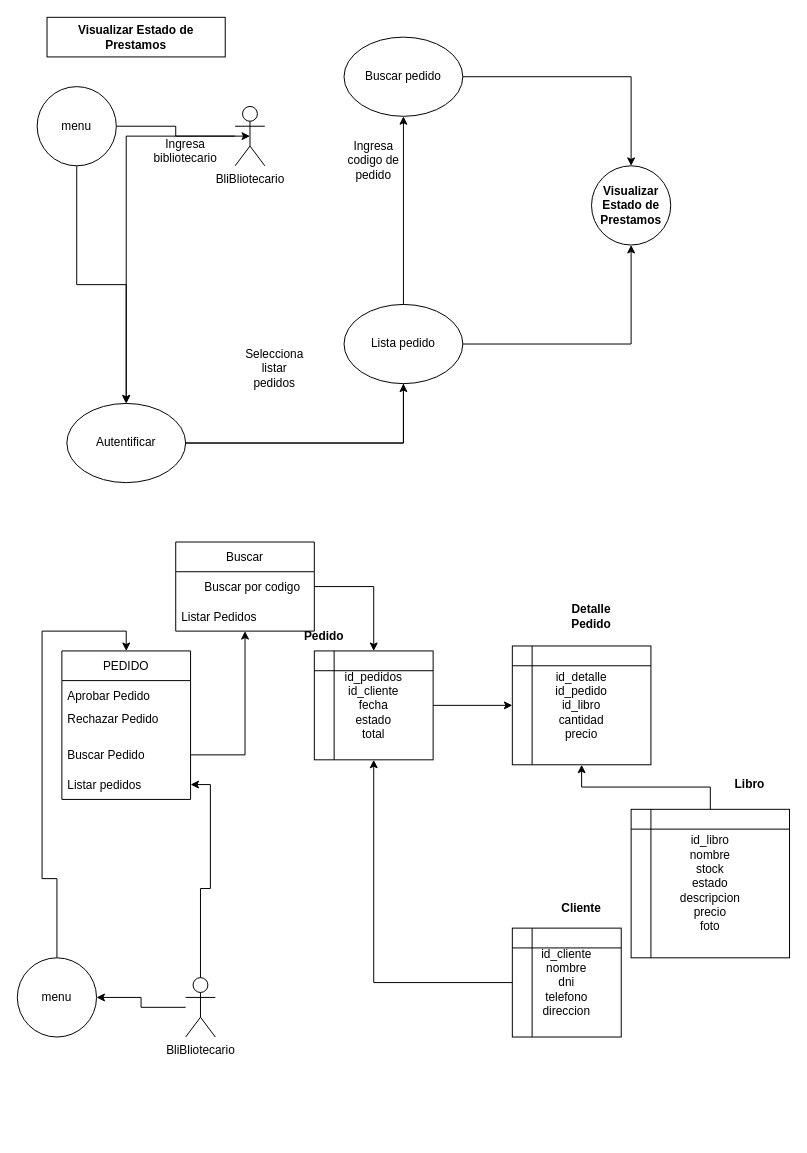
Earlier version of the draw.io diagram Untitled Diagram.drawio (anthonidev/BibliotecaNacional). Source tidied: cells renumbered, new cells numbered last; positions are measured from the earlier drawing's top-left corner, leaving out a move shared by most shapes. Both pictures are drawn from the tidied source at 99%, with x=0, y=0 at pixel (17, 17).
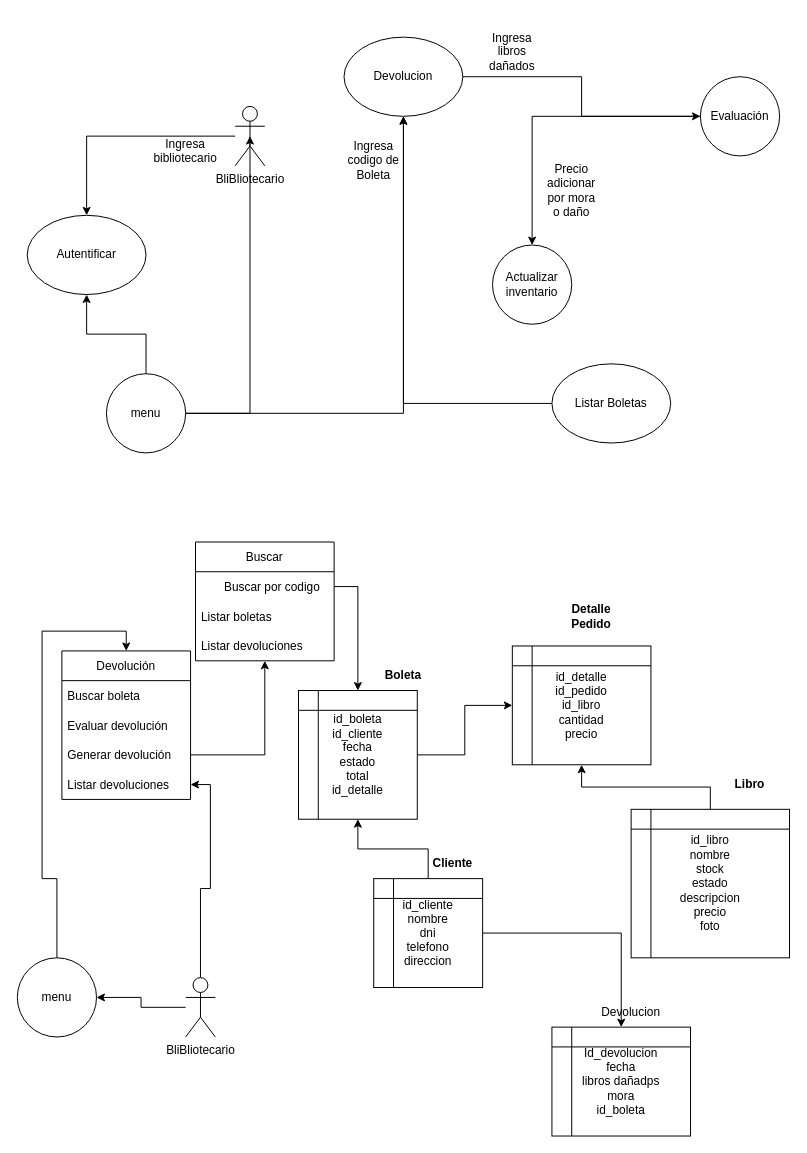
Above is the later version.

The edit, as a diff of the source:
```diff
@@
-    <mxCell id="4" value="&lt;b&gt;&lt;span lang=&quot;es-419&quot;&gt;Visualizar Estado de Prestamos&lt;/span&gt;&lt;/b&gt;" style="ellipse;whiteSpace=wrap;html=1;" parent="1" vertex="1">
-      <mxGeometry x="580" y="150" width="80" height="80" as="geometry" />
-    </mxCell>
-    <mxCell id="5" style="edgeStyle=orthogonalEdgeStyle;rounded=0;jettySize=auto;html=1;" parent="1" edge="1" source="7" target="9">
-      <mxGeometry relative="1" as="geometry" />
-    </mxCell>
-    <mxCell id="6" style="edgeStyle=orthogonalEdgeStyle;rounded=0;jettySize=auto;html=1;" parent="1" edge="1" source="7" target="11">
-      <mxGeometry relative="1" as="geometry" />
-    </mxCell>
     <mxCell id="7" value="Autentificar" style="ellipse;whiteSpace=wrap;html=1;" parent="1" vertex="1">
-      <mxGeometry x="50" y="390" width="120" height="80" as="geometry" />
+      <mxGeometry x="10" y="200" width="120" height="80" as="geometry" />
     </mxCell>
-    <mxCell id="8" style="edgeStyle=orthogonalEdgeStyle;rounded=0;jettySize=auto;html=1;" parent="1" edge="1" source="9" target="4">
-      <mxGeometry relative="1" as="geometry" />
-    </mxCell>
+    <mxCell id="45" style="edgeStyle=orthogonalEdgeStyle;rounded=0;jettySize=auto;html=1;" parent="1" edge="1" source="9" target="51">
+      <mxGeometry relative="1" as="geometry" />
+    </mxCell>
-    <mxCell id="9" value="Buscar pedido" style="ellipse;whiteSpace=wrap;html=1;" parent="1" vertex="1">
+    <mxCell id="9" value="Devolucion" style="ellipse;whiteSpace=wrap;html=1;" parent="1" vertex="1">
       <mxGeometry x="330" y="20" width="120" height="80" as="geometry" />
     </mxCell>
-    <mxCell id="10" style="edgeStyle=orthogonalEdgeStyle;rounded=0;jettySize=auto;html=1;" parent="1" edge="1" source="11" target="4">
-      <mxGeometry relative="1" as="geometry" />
-    </mxCell>
+    <mxCell id="46" style="edgeStyle=orthogonalEdgeStyle;rounded=0;jettySize=auto;html=1;" parent="1" edge="1" source="11" target="9">
+      <mxGeometry relative="1" as="geometry" />
+    </mxCell>
-    <mxCell id="11" value="Lista pedido" style="ellipse;whiteSpace=wrap;html=1;" parent="1" vertex="1">
-      <mxGeometry x="330" y="290" width="120" height="80" as="geometry" />
+    <mxCell id="11" value="Listar Boletas" style="ellipse;whiteSpace=wrap;html=1;" parent="1" vertex="1">
+      <mxGeometry x="540" y="350" width="120" height="80" as="geometry" />
     </mxCell>
-    <mxCell id="12" value="&lt;b&gt;&lt;span lang=&quot;es-419&quot;&gt;Visualizar Estado de Prestamos&lt;/span&gt;&lt;/b&gt;" style="rounded=0;whiteSpace=wrap;html=1;" parent="1" vertex="1">
-      <mxGeometry x="30" width="180" height="40" as="geometry" />
-    </mxCell>
@@
-    <mxCell id="14" value="Ingresa codigo de pedido" style="text;html=1;strokeColor=none;fillColor=none;align=center;verticalAlign=middle;whiteSpace=wrap;rounded=0;" parent="1" vertex="1">
+    <mxCell id="14" value="Ingresa codigo de Boleta" style="text;html=1;strokeColor=none;fillColor=none;align=center;verticalAlign=middle;whiteSpace=wrap;rounded=0;" parent="1" vertex="1">
       <mxGeometry x="330" y="130" width="60" height="30" as="geometry" />
     </mxCell>
-    <mxCell id="15" value="Selecciona listar pedidos" style="text;html=1;strokeColor=none;fillColor=none;align=center;verticalAlign=middle;whiteSpace=wrap;rounded=0;" parent="1" vertex="1">
-      <mxGeometry x="230" y="340" width="60" height="30" as="geometry" />
-    </mxCell>
@@
-    <mxCell id="17" value="&lt;div&gt;id_pedidos&lt;/div&gt;&lt;div&gt;id_cliente&lt;/div&gt;&lt;div&gt;fecha &lt;br&gt;&lt;/div&gt;&lt;div&gt;estado &lt;br&gt;&lt;/div&gt;&lt;div&gt;total&lt;br&gt;&lt;/div&gt;" style="shape=internalStorage;whiteSpace=wrap;html=1;backgroundOutline=1;" parent="1" vertex="1">
-      <mxGeometry x="300" y="640" width="120" height="110" as="geometry" />
+    <mxCell id="17" value="&lt;div&gt;id_boleta&lt;br&gt;&lt;/div&gt;&lt;div&gt;id_cliente&lt;/div&gt;&lt;div&gt;fecha &lt;br&gt;&lt;/div&gt;&lt;div&gt;estado &lt;br&gt;&lt;/div&gt;&lt;div&gt;total&lt;/div&gt;&lt;div&gt;id_detalle&lt;br&gt;&lt;/div&gt;" style="shape=internalStorage;whiteSpace=wrap;html=1;backgroundOutline=1;" parent="1" vertex="1">
+      <mxGeometry x="284" y="680" width="120" height="130" as="geometry" />
     </mxCell>
@@
+    <mxCell id="47" style="edgeStyle=orthogonalEdgeStyle;rounded=0;jettySize=auto;html=1;" parent="1" edge="1" source="22" target="9">
+      <mxGeometry relative="1" as="geometry" />
+    </mxCell>
     <mxCell id="22" value="menu" style="ellipse;whiteSpace=wrap;html=1;" parent="1" vertex="1">
-      <mxGeometry x="20" y="70" width="80" height="80" as="geometry" />
+      <mxGeometry x="90" y="360" width="80" height="80" as="geometry" />
     </mxCell>
@@
-    <mxCell id="31" value="Pedido" style="text;html=1;strokeColor=none;fillColor=none;align=center;verticalAlign=middle;whiteSpace=wrap;rounded=0;fontStyle=1;" parent="1" vertex="1">
-      <mxGeometry x="280" y="610" width="60" height="30" as="geometry" />
+    <mxCell id="31" value="Boleta" style="text;html=1;strokeColor=none;fillColor=none;align=center;verticalAlign=middle;whiteSpace=wrap;rounded=0;fontStyle=1;" parent="1" vertex="1">
+      <mxGeometry x="360" y="650" width="60" height="30" as="geometry" />
     </mxCell>
-    <mxCell id="32" value="PEDIDO" style="swimlane;fontStyle=0;horizontal=1;startSize=30;" parent="1" vertex="1">
+    <mxCell id="32" value="Devolución" style="swimlane;fontStyle=0;horizontal=1;startSize=30;" parent="1" vertex="1">
       <mxGeometry x="45" y="640" width="130" height="150" as="geometry" />
     </mxCell>
-    <mxCell id="33" value="Aprobar Pedido" style="text;strokeColor=none;fillColor=none;align=left;verticalAlign=middle;spacingLeft=4;spacingRight=4;overflow=hidden;" parent="32" vertex="1">
+    <mxCell id="33" value="Buscar boleta    " style="text;strokeColor=none;fillColor=none;align=left;verticalAlign=middle;spacingLeft=4;spacingRight=4;overflow=hidden;" parent="32" vertex="1">
       <mxGeometry y="30" width="130" height="30" as="geometry" />
     </mxCell>
-    <mxCell id="34" value="Rechazar Pedido&#10;&#10;&#10;" style="text;strokeColor=none;fillColor=none;align=left;verticalAlign=middle;spacingLeft=4;spacingRight=4;overflow=hidden;" parent="32" vertex="1">
+    <mxCell id="34" value="Evaluar devolución    " style="text;strokeColor=none;fillColor=none;align=left;verticalAlign=middle;spacingLeft=4;spacingRight=4;overflow=hidden;" parent="32" vertex="1">
       <mxGeometry y="60" width="130" height="30" as="geometry" />
     </mxCell>
-    <mxCell id="35" value="Buscar Pedido" style="text;strokeColor=none;fillColor=none;align=left;verticalAlign=middle;spacingLeft=4;spacingRight=4;overflow=hidden;points=[[0,0.5],[1,0.5]];portConstraint=eastwest;" parent="32" vertex="1">
+    <mxCell id="35" value="Generar devolución" style="text;strokeColor=none;fillColor=none;align=left;verticalAlign=middle;spacingLeft=4;spacingRight=4;overflow=hidden;points=[[0,0.5],[1,0.5]];portConstraint=eastwest;" parent="32" vertex="1">
       <mxGeometry y="90" width="130" height="30" as="geometry" />
     </mxCell>
-    <mxCell id="36" value="Listar pedidos" style="text;strokeColor=none;fillColor=none;align=left;verticalAlign=middle;spacingLeft=4;spacingRight=4;overflow=hidden;points=[[0,0.5],[1,0.5]];portConstraint=eastwest;" parent="32" vertex="1">
+    <mxCell id="36" value="Listar devoluciones" style="text;strokeColor=none;fillColor=none;align=left;verticalAlign=middle;spacingLeft=4;spacingRight=4;overflow=hidden;points=[[0,0.5],[1,0.5]];portConstraint=eastwest;" parent="32" vertex="1">
       <mxGeometry y="120" width="130" height="30" as="geometry" />
     </mxCell>
@@
+    <mxCell id="48" style="edgeStyle=orthogonalEdgeStyle;rounded=0;jettySize=auto;html=1;" parent="1" edge="1" source="38" target="55">
+      <mxGeometry relative="1" as="geometry" />
+    </mxCell>
     <mxCell id="38" value="&lt;div&gt;id_cliente&lt;/div&gt;&lt;div&gt;nombre&lt;/div&gt;&lt;div&gt;dni&lt;/div&gt;&lt;div&gt;telefono&lt;/div&gt;&lt;div&gt;direccion&lt;br&gt;&lt;/div&gt;" style="shape=internalStorage;whiteSpace=wrap;html=1;backgroundOutline=1;" parent="1" vertex="1">
-      <mxGeometry x="500" y="920" width="110" height="110" as="geometry" />
+      <mxGeometry x="360" y="870" width="110" height="110" as="geometry" />
     </mxCell>
     <mxCell id="39" value="Cliente" style="text;html=1;strokeColor=none;fillColor=none;align=center;verticalAlign=middle;whiteSpace=wrap;rounded=0;fontStyle=1;" parent="1" vertex="1">
-      <mxGeometry x="540" y="885" width="60" height="30" as="geometry" />
+      <mxGeometry x="410" y="840" width="60" height="30" as="geometry" />
     </mxCell>
     <mxCell id="40" value="Buscar" style="swimlane;fontStyle=0;horizontal=1;startSize=30;" parent="1" vertex="1">
-      <mxGeometry x="160" y="530" width="140" height="90" as="geometry" />
+      <mxGeometry x="180" y="530" width="140" height="120" as="geometry" />
     </mxCell>
@@
-    <mxCell id="42" value="Listar Pedidos " style="text;strokeColor=none;fillColor=none;align=left;verticalAlign=middle;spacingLeft=4;spacingRight=4;overflow=hidden;" parent="40" vertex="1">
+    <mxCell id="42" value="Listar boletas" style="text;strokeColor=none;fillColor=none;align=left;verticalAlign=middle;spacingLeft=4;spacingRight=4;overflow=hidden;" parent="40" vertex="1">
       <mxGeometry y="60" width="140" height="30" as="geometry" />
     </mxCell>
+    <mxCell id="49" value="Listar devoluciones" style="text;strokeColor=none;fillColor=none;align=left;verticalAlign=middle;spacingLeft=4;spacingRight=4;overflow=hidden;" parent="40" vertex="1">
+      <mxGeometry y="90" width="140" height="30" as="geometry" />
+    </mxCell>
@@
+    <mxCell id="50" style="edgeStyle=orthogonalEdgeStyle;rounded=0;jettySize=auto;html=1;" parent="1" edge="1" source="51" target="52">
+      <mxGeometry relative="1" as="geometry" />
+    </mxCell>
+    <mxCell id="51" value="Evaluación" style="ellipse;whiteSpace=wrap;html=1;" parent="1" vertex="1">
+      <mxGeometry x="690" y="60" width="80" height="80" as="geometry" />
+    </mxCell>
+    <mxCell id="52" value="Actualizar inventario" style="ellipse;whiteSpace=wrap;html=1;" parent="1" vertex="1">
+      <mxGeometry x="480" y="230" width="80" height="80" as="geometry" />
+    </mxCell>
+    <mxCell id="53" value="Ingresa libros dañados" style="text;html=1;strokeColor=none;fillColor=none;align=center;verticalAlign=middle;whiteSpace=wrap;rounded=0;" parent="1" vertex="1">
+      <mxGeometry x="470" y="20" width="60" height="30" as="geometry" />
+    </mxCell>
+    <mxCell id="54" value="Precio adicionar por mora o daño" style="text;html=1;strokeColor=none;fillColor=none;align=center;verticalAlign=middle;whiteSpace=wrap;rounded=0;" parent="1" vertex="1">
+      <mxGeometry x="530" y="160" width="60" height="30" as="geometry" />
+    </mxCell>
+    <mxCell id="55" value="&lt;div&gt;Id_devolucion&lt;/div&gt;&lt;div&gt;fecha&lt;/div&gt;&lt;div&gt;libros dañadps&lt;/div&gt;&lt;div&gt;mora&lt;/div&gt;&lt;div&gt;id_boleta&lt;br&gt;&lt;/div&gt;" style="shape=internalStorage;whiteSpace=wrap;html=1;backgroundOutline=1;" parent="1" vertex="1">
+      <mxGeometry x="540" y="1020" width="140" height="110" as="geometry" />
+    </mxCell>
+    <mxCell id="56" value="Devolucion" style="text;html=1;strokeColor=none;fillColor=none;align=center;verticalAlign=middle;whiteSpace=wrap;rounded=0;" parent="1" vertex="1">
+      <mxGeometry x="590" y="990" width="60" height="30" as="geometry" />
+    </mxCell>
```
